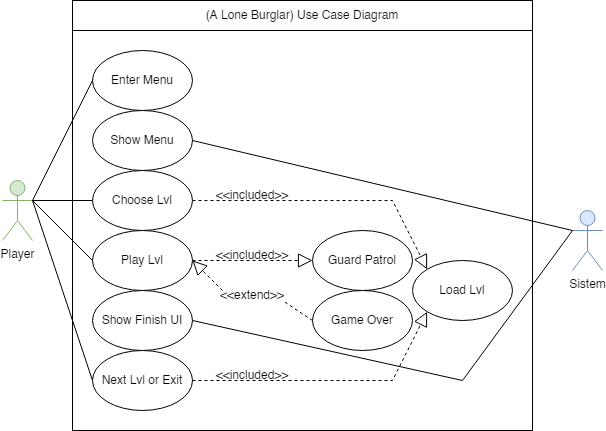
Earlier version of the draw.io export use case diagram.png (johannfac/A-Lone-Burglar). Source tidied: cells renumbered, new cells last; positions are measured from the earlier drawing's top-left corner, leaving out a move shared by most shapes.
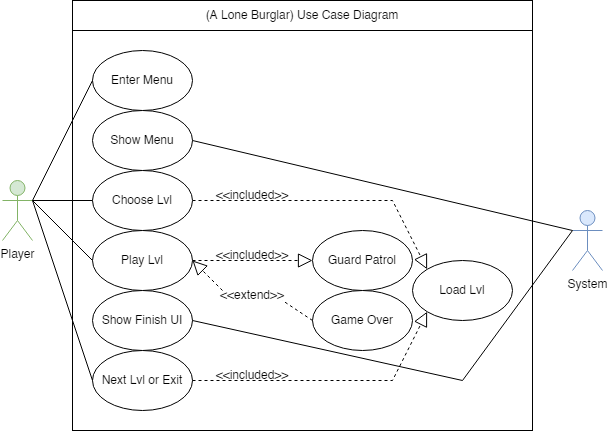
After the change.

Change to the diagram source:
```diff
@@ -8,7 +8,7 @@
     <mxCell id="3" value="Player" style="shape=umlActor;verticalLabelPosition=bottom;verticalAlign=top;html=1;outlineConnect=0;fillColor=#d5e8d4;strokeColor=#82b366;" parent="1" vertex="1">
       <mxGeometry y="180" width="30" height="60" as="geometry" />
     </mxCell>
-    <mxCell id="4" value="Sistem" style="shape=umlActor;verticalLabelPosition=bottom;verticalAlign=top;html=1;outlineConnect=0;fillColor=#dae8fc;strokeColor=#6c8ebf;" parent="1" vertex="1">
+    <mxCell id="4" value="System" style="shape=umlActor;verticalLabelPosition=bottom;verticalAlign=top;html=1;outlineConnect=0;fillColor=#dae8fc;strokeColor=#6c8ebf;" parent="1" vertex="1">
       <mxGeometry x="570" y="210" width="30" height="60" as="geometry" />
     </mxCell>
     <mxCell id="5" value="Load Lvl" style="ellipse;whiteSpace=wrap;html=1;" parent="1" vertex="1">
```
